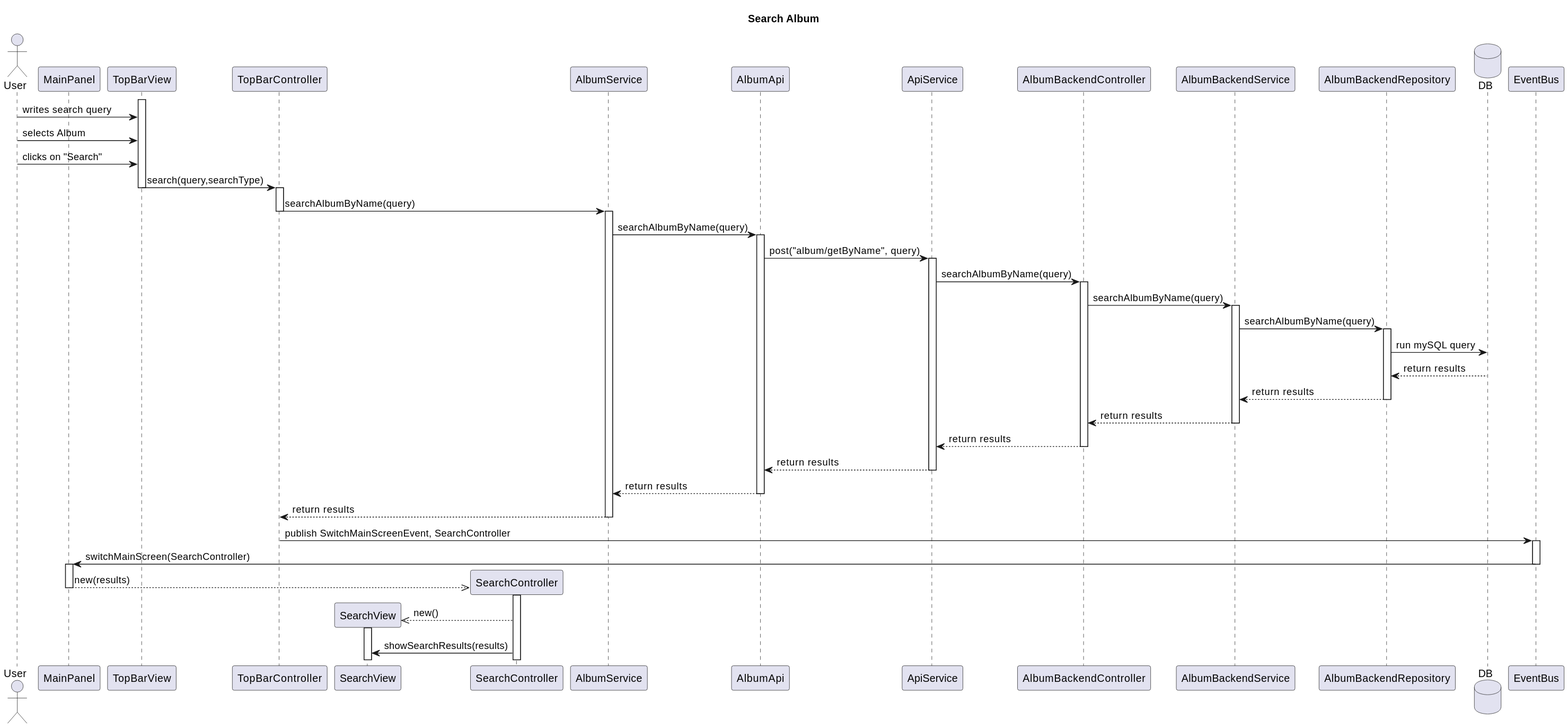
Above: Paradoteo_4/SequenceDiagrams-v0.3/SearchAlbum.svg in RubenKingCP/Tunix (PlantUML), before the change.
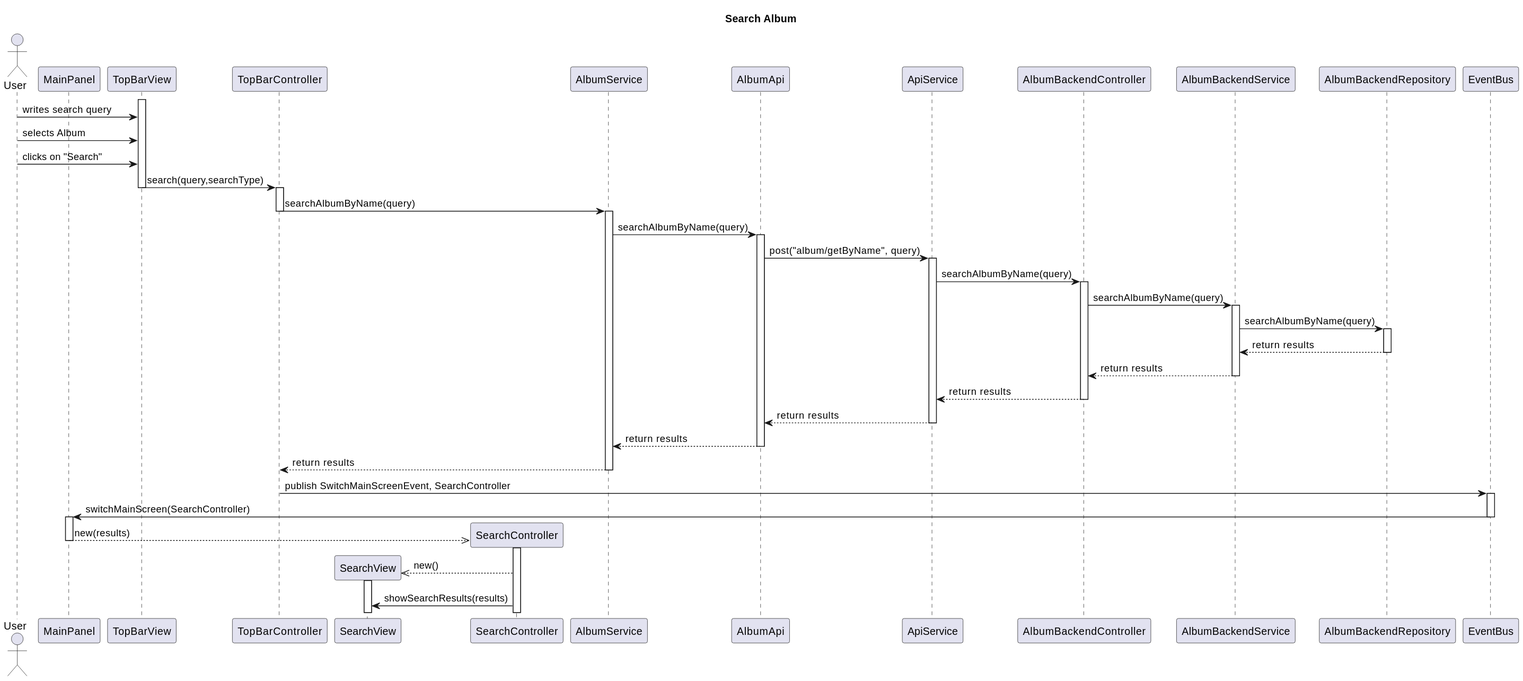
The same file after the commit.

The edit, as a diff of the source:
```diff
@@ -15,7 +15,6 @@
 participant AlbumBackendService
 participant AlbumBackendRepository
 
-database DB
 
 participant EventBus
 
@@ -39,8 +38,6 @@
 activate AlbumBackendService
 AlbumBackendService -> AlbumBackendRepository : searchAlbumByName(query)
 activate AlbumBackendRepository
-AlbumBackendRepository -> DB : run mySQL query
-DB --> AlbumBackendRepository : return results
 AlbumBackendRepository --> AlbumBackendService : return results
 deactivate AlbumBackendRepository
 AlbumBackendService --> AlbumBackendController : return results
```
